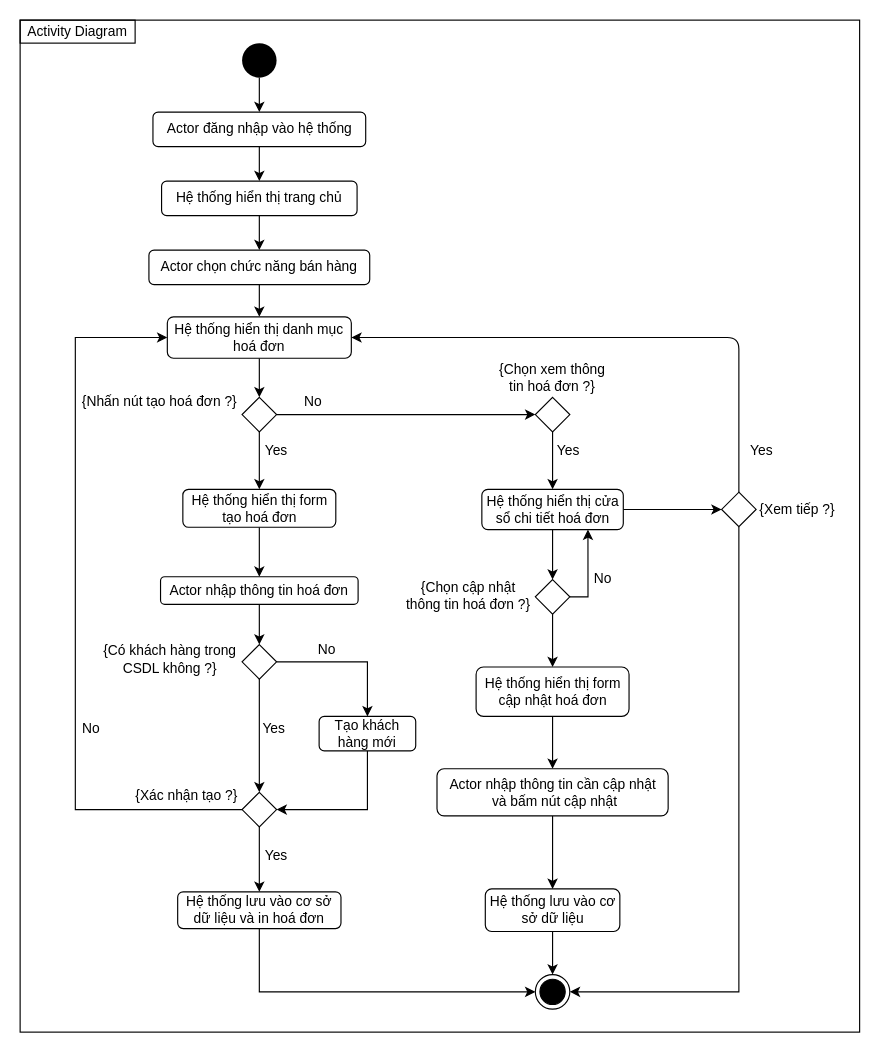
Before: Thiết kế/Activity/Quản lí hoá đơn.drawio in CNPM-Team-1/CNPM, a draw.io diagram. Source tidied: cells renumbered, new cells numbered last; positions are measured from the earlier drawing's top-left corner, leaving out a move shared by most shapes. Both pictures are drawn from the tidied source at 115%, with x=0, y=0 at pixel (20, 20).
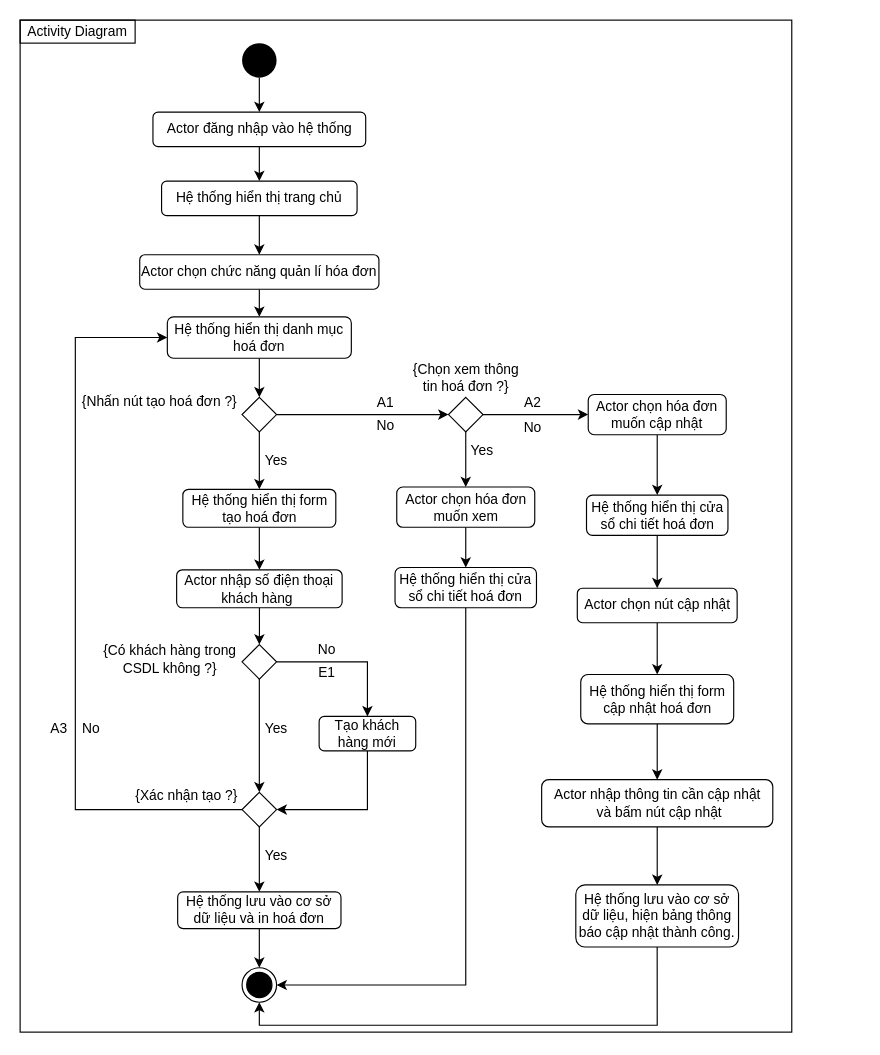
Above is the later version.

Commit message (it also covers changes not shown here):
Update Usecase Format, Activity Quản lí đặt hàng, hóa đơn

The change refers to these unchanged cells:
```xml
<mxCell id="11" value="Hệ thống hiển thị danh mục hoá đơn" style="rounded=1;whiteSpace=wrap;html=1;" parent="1" vertex="1">
  <mxGeometry x="128" y="258" width="160" height="36" as="geometry" />
</mxCell>
<mxCell id="22" value="Hệ thống lưu vào cơ sở dữ liệu và in hoá đơn" style="rounded=1;whiteSpace=wrap;html=1;" parent="1" vertex="1">
  <mxGeometry x="137" y="758" width="142" height="32" as="geometry" />
</mxCell>
```

What changed in the source:
```diff
@@
-    <mxCell id="9" value="Actor chọn chức năng bán hàng" style="rounded=1;whiteSpace=wrap;html=1;fillColor=#FFFFFF;" parent="1" vertex="1">
-      <mxGeometry x="112" y="200" width="192" height="30" as="geometry" />
+    <mxCell id="9" value="Actor chọn chức năng quản lí hóa đơn" style="rounded=1;whiteSpace=wrap;html=1;fillColor=#FFFFFF;" parent="1" vertex="1">
+      <mxGeometry x="104" y="204" width="208" height="30" as="geometry" />
     </mxCell>
@@
     <mxCell id="18" value="&lt;div&gt;Yes&lt;/div&gt;" style="text;html=1;strokeColor=none;fillColor=none;align=center;verticalAlign=middle;whiteSpace=wrap;rounded=0;" parent="1" vertex="1">
-      <mxGeometry x="208" y="365" width="30" height="20" as="geometry" />
+      <mxGeometry x="208" y="373" width="30" height="20" as="geometry" />
     </mxCell>
@@
-    <mxCell id="20" value="Actor nhập thông tin hoá đơn " style="rounded=1;whiteSpace=wrap;html=1;" parent="1" vertex="1">
-      <mxGeometry x="122.1" y="484" width="171.8" height="24" as="geometry" />
+    <mxCell id="20" value="Actor nhập số điện thoại &lt;br&gt;khách hàng&amp;nbsp;" style="rounded=1;whiteSpace=wrap;html=1;" parent="1" vertex="1">
+      <mxGeometry x="136.1" y="478" width="143.9" height="33" as="geometry" />
     </mxCell>
-    <mxCell id="21" style="edgeStyle=orthogonalEdgeStyle;rounded=0;jettySize=auto;html=1;entryX=0;entryY=0.5;entryDx=0;entryDy=0;" parent="1" edge="1" source="22" target="61">
-      <mxGeometry relative="1" as="geometry">
-        <Array as="points">
-          <mxPoint x="208" y="845" />
-        </Array>
-      </mxGeometry>
+    <mxCell id="21" style="edgeStyle=orthogonalEdgeStyle;rounded=0;jettySize=auto;html=1;exitX=0.5;exitY=1;exitDx=0;exitDy=0;entryX=0.5;entryY=0;entryDx=0;entryDy=0;" parent="1" edge="1" source="22" target="61">
+      <mxGeometry relative="1" as="geometry" />
     </mxCell>
@@
-    <mxCell id="23" style="edgeStyle=orthogonalEdgeStyle;rounded=0;jettySize=auto;html=1;" parent="1" edge="1" source="24" target="29">
-      <mxGeometry relative="1" as="geometry" />
-    </mxCell>
+    <mxCell id="64" style="edgeStyle=orthogonalEdgeStyle;rounded=0;jettySize=auto;html=1;exitX=0.5;exitY=1;exitDx=0;exitDy=0;entryX=0.5;entryY=0;entryDx=0;entryDy=0;" parent="1" edge="1" source="24" target="69">
+      <mxGeometry relative="1" as="geometry" />
+    </mxCell>
+    <mxCell id="65" style="edgeStyle=orthogonalEdgeStyle;rounded=0;jettySize=auto;html=1;exitX=1;exitY=0.5;exitDx=0;exitDy=0;entryX=0;entryY=0.5;entryDx=0;entryDy=0;" parent="1" edge="1" source="24" target="73">
+      <mxGeometry relative="1" as="geometry" />
+    </mxCell>
     <mxCell id="24" style="rhombus;" parent="1" vertex="1">
-      <mxGeometry x="448" y="328" width="30" height="30" as="geometry" />
+      <mxGeometry x="372.5" y="328" width="30" height="30" as="geometry" />
     </mxCell>
     <mxCell id="25" value="&lt;div&gt;No&lt;/div&gt;" style="text;html=1;strokeColor=none;fillColor=none;align=center;verticalAlign=middle;whiteSpace=wrap;rounded=0;" parent="1" vertex="1">
-      <mxGeometry x="240" y="322" width="30" height="20" as="geometry" />
+      <mxGeometry x="303" y="343" width="30" height="20" as="geometry" />
     </mxCell>
     <mxCell id="26" value="{Chọn xem thông tin hoá đơn ?}" style="text;html=1;strokeColor=none;fillColor=none;align=center;verticalAlign=middle;whiteSpace=wrap;rounded=0;" parent="1" vertex="1">
-      <mxGeometry x="410" y="297" width="106" height="28" as="geometry" />
+      <mxGeometry x="334.5" y="297" width="106" height="28" as="geometry" />
     </mxCell>
-    <mxCell id="27" style="edgeStyle=orthogonalEdgeStyle;rounded=0;jettySize=auto;html=1;entryX=0;entryY=0.5;entryDx=0;entryDy=0;" parent="1" edge="1" source="29" target="32">
-      <mxGeometry relative="1" as="geometry" />
-    </mxCell>
-    <mxCell id="28" style="edgeStyle=orthogonalEdgeStyle;rounded=0;jettySize=auto;html=1;entryX=0.5;entryY=0;entryDx=0;entryDy=0;" parent="1" edge="1" source="29" target="38">
-      <mxGeometry relative="1" as="geometry" />
-    </mxCell>
+    <mxCell id="66" style="edgeStyle=orthogonalEdgeStyle;rounded=0;jettySize=auto;html=1;exitX=0.5;exitY=1;exitDx=0;exitDy=0;entryX=1;entryY=0.5;entryDx=0;entryDy=0;" parent="1" edge="1" source="29" target="61">
+      <mxGeometry relative="1" as="geometry" />
+    </mxCell>
     <mxCell id="29" value="Hệ thống hiển thị cửa sổ chi tiết hoá đơn" style="rounded=1;whiteSpace=wrap;html=1;" parent="1" vertex="1">
-      <mxGeometry x="401.5" y="408" width="123" height="35" as="geometry" />
+      <mxGeometry x="326" y="476" width="123" height="35" as="geometry" />
     </mxCell>
     <mxCell id="30" value="&lt;div&gt;Yes&lt;/div&gt;" style="text;html=1;strokeColor=none;fillColor=none;align=center;verticalAlign=middle;whiteSpace=wrap;rounded=0;" parent="1" vertex="1">
-      <mxGeometry x="462" y="365" width="30" height="20" as="geometry" />
+      <mxGeometry x="386.5" y="365" width="30" height="20" as="geometry" />
     </mxCell>
-    <mxCell id="31" style="edgeStyle=orthogonalEdgeStyle;rounded=0;jettySize=auto;html=1;entryX=1;entryY=0.5;entryDx=0;entryDy=0;" parent="1" edge="1" source="32" target="61">
-      <mxGeometry relative="1" as="geometry">
-        <Array as="points">
-          <mxPoint x="625" y="845" />
-        </Array>
-      </mxGeometry>
-    </mxCell>
-    <mxCell id="32" style="rhombus;" parent="1" vertex="1">
-      <mxGeometry x="610" y="410.5" width="30" height="30" as="geometry" />
-    </mxCell>
-    <mxCell id="33" value="{Xem tiếp ?}" style="text;html=1;strokeColor=none;fillColor=none;align=center;verticalAlign=middle;whiteSpace=wrap;rounded=0;" parent="1" vertex="1">
-      <mxGeometry x="640" y="415" width="72" height="21" as="geometry" />
-    </mxCell>
-    <mxCell id="34" style="edgeStyle=elbowEdgeStyle;elbow=horizontal;endArrow=classic;html=1;exitX=0.5;exitY=0;exitDx=0;exitDy=0;entryX=1;entryY=0.5;entryDx=0;entryDy=0;" parent="1" edge="1" source="32" target="11">
-      <mxGeometry relative="1" as="geometry">
-        <Array as="points">
-          <mxPoint x="625" y="350" />
-        </Array>
-      </mxGeometry>
-    </mxCell>
-    <mxCell id="35" value="&lt;div&gt;Yes&lt;/div&gt;" style="text;html=1;strokeColor=none;fillColor=none;align=center;verticalAlign=middle;whiteSpace=wrap;rounded=0;" parent="1" vertex="1">
-      <mxGeometry x="630" y="365" width="30" height="20" as="geometry" />
-    </mxCell>
-    <mxCell id="36" style="edgeStyle=orthogonalEdgeStyle;rounded=0;jettySize=auto;html=1;exitX=1;exitY=0.5;exitDx=0;exitDy=0;entryX=0.75;entryY=1;entryDx=0;entryDy=0;" parent="1" edge="1" source="38" target="29">
-      <mxGeometry relative="1" as="geometry">
-        <Array as="points">
-          <mxPoint x="494" y="502" />
-        </Array>
-      </mxGeometry>
-    </mxCell>
-    <mxCell id="37" style="edgeStyle=orthogonalEdgeStyle;rounded=0;jettySize=auto;html=1;" parent="1" edge="1" source="38" target="42">
+    <mxCell id="37" style="edgeStyle=orthogonalEdgeStyle;rounded=0;jettySize=auto;html=1;exitX=0.5;exitY=1;exitDx=0;exitDy=0;" parent="1" edge="1" source="74" target="42">
       <mxGeometry relative="1" as="geometry" />
     </mxCell>
-    <mxCell id="38" style="rhombus;" parent="1" vertex="1">
-      <mxGeometry x="448" y="486.5" width="30" height="30" as="geometry" />
-    </mxCell>
-    <mxCell id="39" value="{Chọn cập nhật thông tin hoá đơn ?}" style="text;html=1;strokeColor=none;fillColor=none;align=center;verticalAlign=middle;whiteSpace=wrap;rounded=0;" parent="1" vertex="1">
-      <mxGeometry x="332" y="476.2" width="116" height="50.5" as="geometry" />
-    </mxCell>
-    <mxCell id="40" value="&lt;div&gt;No&lt;/div&gt;" style="text;html=1;strokeColor=none;fillColor=none;align=center;verticalAlign=middle;whiteSpace=wrap;rounded=0;" parent="1" vertex="1">
-      <mxGeometry x="492" y="476.2" width="30" height="20" as="geometry" />
-    </mxCell>
@@
     <mxCell id="42" value="Hệ thống hiển thị form cập nhật hoá đơn" style="rounded=1;whiteSpace=wrap;html=1;" parent="1" vertex="1">
-      <mxGeometry x="396.5" y="562.5" width="133" height="43" as="geometry" />
+      <mxGeometry x="487.5" y="569" width="133" height="43" as="geometry" />
     </mxCell>
@@
     <mxCell id="44" value="&lt;div&gt;Actor nhập thông tin cần cập nhật&lt;/div&gt;&amp;nbsp;và bấm nút cập nhật" style="rounded=1;whiteSpace=wrap;html=1;" parent="1" vertex="1">
-      <mxGeometry x="362.5" y="651" width="201" height="41" as="geometry" />
+      <mxGeometry x="453.5" y="660.5" width="201" height="41" as="geometry" />
     </mxCell>
-    <mxCell id="45" style="edgeStyle=orthogonalEdgeStyle;rounded=0;jettySize=auto;html=1;" parent="1" edge="1" source="46" target="61">
+    <mxCell id="45" style="edgeStyle=orthogonalEdgeStyle;rounded=0;jettySize=auto;html=1;exitX=0.5;exitY=1;exitDx=0;exitDy=0;entryX=0.5;entryY=1;entryDx=0;entryDy=0;" parent="1" edge="1" source="46" target="61">
       <mxGeometry relative="1" as="geometry" />
     </mxCell>
-    <mxCell id="46" value="Hệ thống lưu vào cơ sở dữ liệu" style="rounded=1;whiteSpace=wrap;html=1;" parent="1" vertex="1">
-      <mxGeometry x="404.5" y="755.5" width="117" height="37" as="geometry" />
+    <mxCell id="46" value="Hệ thống lưu vào cơ sở dữ liệu, hiện bảng thông báo cập nhật thành công." style="rounded=1;whiteSpace=wrap;html=1;" parent="1" vertex="1">
+      <mxGeometry x="483.2" y="752" width="141.5" height="54" as="geometry" />
     </mxCell>
@@
     <mxCell id="60" value="&lt;div&gt;Yes&lt;/div&gt;" style="text;html=1;strokeColor=none;fillColor=none;align=center;verticalAlign=middle;whiteSpace=wrap;rounded=0;" parent="1" vertex="1">
-      <mxGeometry x="206" y="605.5" width="30" height="20" as="geometry" />
+      <mxGeometry x="208" y="605.5" width="30" height="20" as="geometry" />
     </mxCell>
     <mxCell id="61" style="ellipse;html=1;shape=endState;fillColor=#000000;strokeColor=#000000;" parent="1" vertex="1">
-      <mxGeometry x="448" y="830" width="30" height="30" as="geometry" />
+      <mxGeometry x="193" y="824" width="30" height="30" as="geometry" />
     </mxCell>
     <mxCell id="62" style="rounded=0;whiteSpace=wrap;html=1;fillColor=none;" parent="1" vertex="1">
-      <mxGeometry width="730" height="880" as="geometry" />
+      <mxGeometry width="671" height="880" as="geometry" />
     </mxCell>
@@
+    <mxCell id="67" value="A1" style="text;html=1;strokeColor=none;fillColor=none;align=center;verticalAlign=middle;whiteSpace=wrap;rounded=0;" parent="1" vertex="1">
+      <mxGeometry x="298" y="323" width="40" height="20" as="geometry" />
+    </mxCell>
+    <mxCell id="68" style="edgeStyle=orthogonalEdgeStyle;rounded=0;jettySize=auto;html=1;exitX=0.5;exitY=1;exitDx=0;exitDy=0;entryX=0.5;entryY=0;entryDx=0;entryDy=0;" parent="1" edge="1" source="69" target="29">
+      <mxGeometry relative="1" as="geometry" />
+    </mxCell>
+    <mxCell id="69" value="Actor chọn hóa đơn muốn xem" style="rounded=1;whiteSpace=wrap;html=1;" parent="1" vertex="1">
+      <mxGeometry x="327.5" y="406" width="120" height="35" as="geometry" />
+    </mxCell>
+    <mxCell id="70" style="edgeStyle=orthogonalEdgeStyle;rounded=0;jettySize=auto;html=1;exitX=0.5;exitY=1;exitDx=0;exitDy=0;entryX=0.5;entryY=0;entryDx=0;entryDy=0;" parent="1" edge="1" source="71" target="74">
+      <mxGeometry relative="1" as="geometry" />
+    </mxCell>
+    <mxCell id="71" value="Hệ thống hiển thị cửa sổ chi tiết hoá đơn" style="rounded=1;whiteSpace=wrap;html=1;" parent="1" vertex="1">
+      <mxGeometry x="492.5" y="413" width="123" height="35" as="geometry" />
+    </mxCell>
+    <mxCell id="72" style="edgeStyle=orthogonalEdgeStyle;rounded=0;jettySize=auto;html=1;exitX=0.5;exitY=1;exitDx=0;exitDy=0;entryX=0.5;entryY=0;entryDx=0;entryDy=0;" parent="1" edge="1" source="73" target="71">
+      <mxGeometry relative="1" as="geometry" />
+    </mxCell>
+    <mxCell id="73" value="Actor chọn hóa đơn muốn cập nhật" style="rounded=1;whiteSpace=wrap;html=1;" parent="1" vertex="1">
+      <mxGeometry x="494" y="325.5" width="120" height="35" as="geometry" />
+    </mxCell>
+    <mxCell id="74" value="Actor chọn nút cập nhật" style="rounded=1;whiteSpace=wrap;html=1;" parent="1" vertex="1">
+      <mxGeometry x="484.5" y="494" width="139" height="30" as="geometry" />
+    </mxCell>
+    <mxCell id="75" value="A2" style="text;html=1;strokeColor=none;fillColor=none;align=center;verticalAlign=middle;whiteSpace=wrap;rounded=0;" parent="1" vertex="1">
+      <mxGeometry x="426" y="323" width="40" height="20" as="geometry" />
+    </mxCell>
+    <mxCell id="40" value="No" style="text;html=1;strokeColor=none;fillColor=none;align=center;verticalAlign=middle;whiteSpace=wrap;rounded=0;" parent="1" vertex="1">
+      <mxGeometry x="426" y="345" width="40" height="20" as="geometry" />
+    </mxCell>
+    <mxCell id="76" value="E1" style="text;html=1;strokeColor=none;fillColor=none;align=center;verticalAlign=middle;whiteSpace=wrap;rounded=0;" parent="1" vertex="1">
+      <mxGeometry x="247" y="558" width="40" height="20" as="geometry" />
+    </mxCell>
+    <mxCell id="77" value="A3" style="text;html=1;strokeColor=none;fillColor=none;align=center;verticalAlign=middle;whiteSpace=wrap;rounded=0;" parent="1" vertex="1">
+      <mxGeometry x="14" y="605.5" width="40" height="20" as="geometry" />
+    </mxCell>
```
